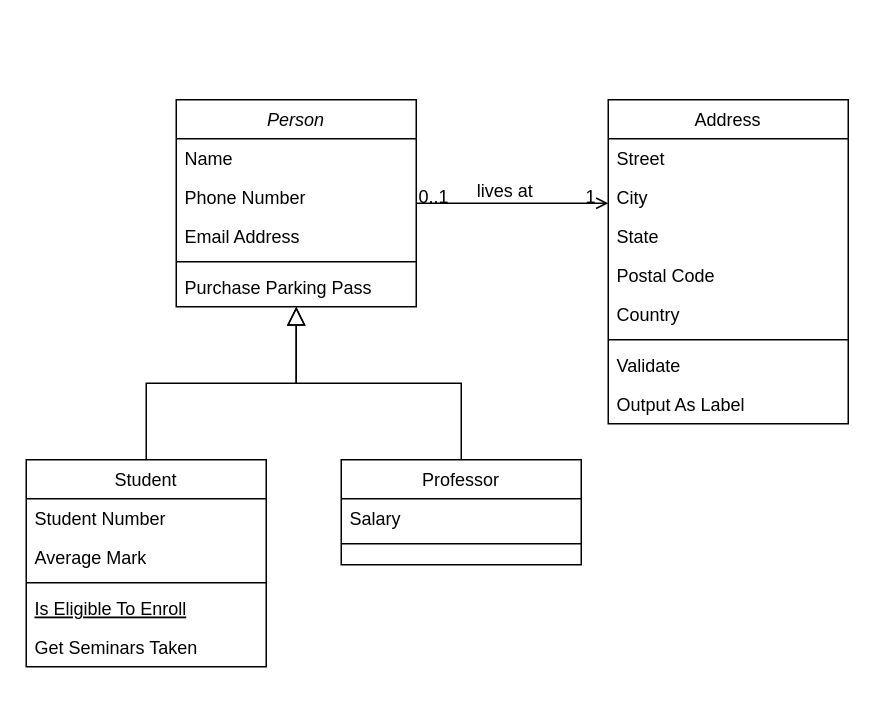
Above: Starlit_One/Untitled Diagram.drawio in Palgur-Github/Starlit_One--An_Astronomical_Catalog_Application (draw.io), before the change. Source tidied: cells renumbered, new cells numbered last; positions are measured from the earlier drawing's top-left corner, leaving out a move shared by most shapes. Both pictures are drawn from the tidied source at 150%, with x=0, y=0 at pixel (26, 99).
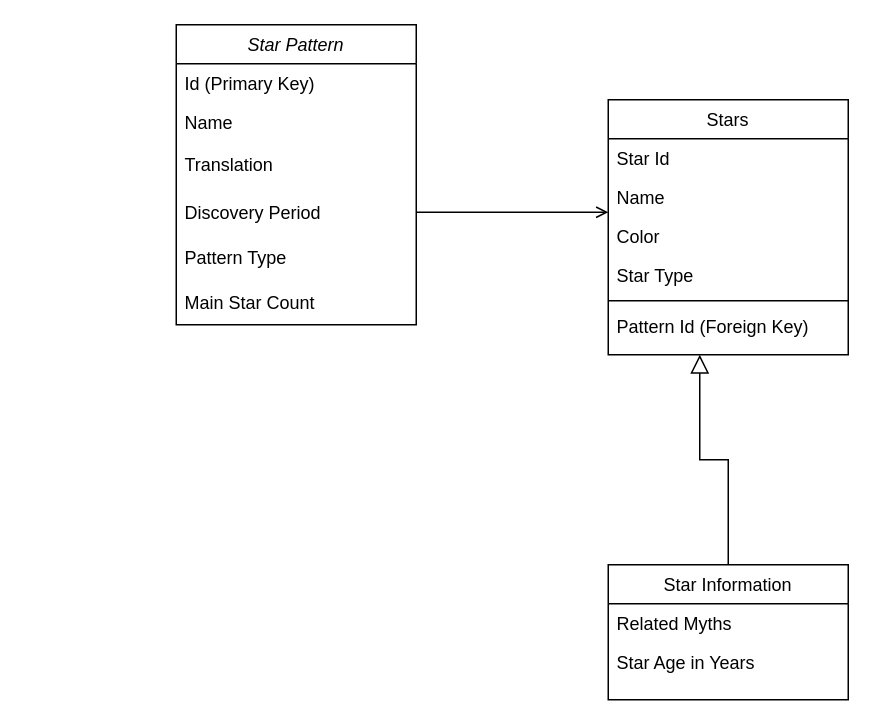
The same diagram, later.

Commit message:
Starlit One Diagram created.

The change refers to these unchanged cells:
```xml
<mxCell id="28" style="endArrow=open;shadow=0;strokeWidth=1;rounded=0;curved=0;endFill=1;edgeStyle=elbowEdgeStyle;elbow=vertical;" parent="1" edge="1" source="2" target="19">
  <mxGeometry x="0.5" y="41" relative="1" as="geometry">
    <mxPoint x="-40" y="32" as="offset" />
  </mxGeometry>
</mxCell>
```

What changed in the source:
```diff
@@
-    <mxCell id="2" value="Person" style="swimlane;fontStyle=2;align=center;verticalAlign=top;horizontal=1;startSize=26;rounded=0;shadow=0;strokeWidth=1;" parent="1" vertex="1">
-      <mxGeometry x="100" width="160" height="138" as="geometry" />
+    <mxCell id="2" value="Star Pattern" style="swimlane;fontStyle=2;align=center;verticalAlign=top;horizontal=1;startSize=26;rounded=0;shadow=0;strokeWidth=1;" parent="1" vertex="1">
+      <mxGeometry x="100" y="-50" width="160" height="200" as="geometry" />
     </mxCell>
-    <mxCell id="3" value="Name" style="text;align=left;verticalAlign=top;spacingLeft=4;spacingRight=4;overflow=hidden;" parent="2" vertex="1">
+    <mxCell id="3" value="Id (Primary Key)" style="text;align=left;verticalAlign=top;spacingLeft=4;spacingRight=4;overflow=hidden;" parent="2" vertex="1">
       <mxGeometry y="26" width="160" height="26" as="geometry" />
     </mxCell>
-    <mxCell id="4" value="Phone Number" style="text;align=left;verticalAlign=top;spacingLeft=4;spacingRight=4;overflow=hidden;rounded=0;shadow=0;html=0;" parent="2" vertex="1">
-      <mxGeometry y="52" width="160" height="26" as="geometry" />
+    <mxCell id="4" value="Name" style="text;align=left;verticalAlign=top;spacingLeft=4;spacingRight=4;overflow=hidden;rounded=0;shadow=0;html=0;" parent="2" vertex="1">
+      <mxGeometry y="52" width="160" height="28" as="geometry" />
     </mxCell>
-    <mxCell id="5" value="Email Address" style="text;align=left;verticalAlign=top;spacingLeft=4;spacingRight=4;overflow=hidden;rounded=0;shadow=0;html=0;" parent="2" vertex="1">
-      <mxGeometry y="78" width="160" height="26" as="geometry" />
+    <mxCell id="5" value="Translation" style="text;align=left;verticalAlign=top;spacingLeft=4;spacingRight=4;overflow=hidden;rounded=0;shadow=0;html=0;" parent="2" vertex="1">
+      <mxGeometry y="80" width="160" height="32" as="geometry" />
     </mxCell>
-    <mxCell id="6" style="line;html=1;strokeWidth=1;align=left;verticalAlign=middle;spacingTop=-1;spacingLeft=3;spacingRight=3;labelPosition=right;" parent="2" vertex="1">
-      <mxGeometry y="104" width="160" height="8" as="geometry" />
-    </mxCell>
-    <mxCell id="7" value="Purchase Parking Pass" style="text;align=left;verticalAlign=top;spacingLeft=4;spacingRight=4;overflow=hidden;" parent="2" vertex="1">
-      <mxGeometry y="112" width="160" height="26" as="geometry" />
+    <mxCell id="7" value="Discovery Period" style="text;align=left;verticalAlign=top;spacingLeft=4;spacingRight=4;overflow=hidden;" parent="2" vertex="1">
+      <mxGeometry y="112" width="160" height="30" as="geometry" />
     </mxCell>
+    <mxCell id="32" value="Pattern Type" style="text;align=left;verticalAlign=top;spacingLeft=4;spacingRight=4;overflow=hidden;" parent="2" vertex="1">
+      <mxGeometry y="142" width="160" height="30" as="geometry" />
+    </mxCell>
+    <mxCell id="33" value="Main Star Count" style="text;align=left;verticalAlign=top;spacingLeft=4;spacingRight=4;overflow=hidden;" parent="2" vertex="1">
+      <mxGeometry y="172" width="160" height="26" as="geometry" />
+    </mxCell>
-    <mxCell id="8" value="Student" style="swimlane;fontStyle=0;align=center;verticalAlign=top;horizontal=1;startSize=26;rounded=0;shadow=0;strokeWidth=1;" parent="1" vertex="1">
-      <mxGeometry y="240" width="160" height="138" as="geometry" />
+    <mxCell id="8" value="Star Information" style="swimlane;fontStyle=0;align=center;verticalAlign=top;horizontal=1;startSize=26;rounded=0;shadow=0;strokeWidth=1;" parent="1" vertex="1">
+      <mxGeometry x="388" y="310" width="160" height="90" as="geometry" />
     </mxCell>
-    <mxCell id="9" value="Student Number" style="text;align=left;verticalAlign=top;spacingLeft=4;spacingRight=4;overflow=hidden;" parent="8" vertex="1">
+    <mxCell id="9" value="Related Myths" style="text;align=left;verticalAlign=top;spacingLeft=4;spacingRight=4;overflow=hidden;" parent="8" vertex="1">
       <mxGeometry y="26" width="160" height="26" as="geometry" />
     </mxCell>
-    <mxCell id="10" value="Average Mark" style="text;align=left;verticalAlign=top;spacingLeft=4;spacingRight=4;overflow=hidden;rounded=0;shadow=0;html=0;" parent="8" vertex="1">
+    <mxCell id="10" value="Star Age in Years" style="text;align=left;verticalAlign=top;spacingLeft=4;spacingRight=4;overflow=hidden;rounded=0;shadow=0;html=0;" parent="8" vertex="1">
       <mxGeometry y="52" width="160" height="26" as="geometry" />
     </mxCell>
-    <mxCell id="11" style="line;html=1;strokeWidth=1;align=left;verticalAlign=middle;spacingTop=-1;spacingLeft=3;spacingRight=3;labelPosition=right;" parent="8" vertex="1">
-      <mxGeometry y="78" width="160" height="8" as="geometry" />
-    </mxCell>
-    <mxCell id="12" value="Is Eligible To Enroll" style="text;align=left;verticalAlign=top;spacingLeft=4;spacingRight=4;overflow=hidden;fontStyle=4;" parent="8" vertex="1">
-      <mxGeometry y="86" width="160" height="26" as="geometry" />
-    </mxCell>
-    <mxCell id="13" value="Get Seminars Taken" style="text;align=left;verticalAlign=top;spacingLeft=4;spacingRight=4;overflow=hidden;" parent="8" vertex="1">
-      <mxGeometry y="112" width="160" height="26" as="geometry" />
-    </mxCell>
-    <mxCell id="14" style="endArrow=block;endSize=10;endFill=0;shadow=0;strokeWidth=1;rounded=0;curved=0;edgeStyle=elbowEdgeStyle;elbow=vertical;" parent="1" edge="1" source="8" target="2">
-      <mxGeometry relative="1" as="geometry" />
+    <mxCell id="14" style="endArrow=block;endSize=10;endFill=0;shadow=0;strokeWidth=1;rounded=0;curved=0;edgeStyle=elbowEdgeStyle;elbow=vertical;" parent="1" edge="1" source="8">
+      <mxGeometry relative="1" as="geometry">
+        <mxPoint x="449" y="170" as="targetPoint" />
+      </mxGeometry>
     </mxCell>
-    <mxCell id="15" value="Professor" style="swimlane;fontStyle=0;align=center;verticalAlign=top;horizontal=1;startSize=26;rounded=0;shadow=0;strokeWidth=1;" parent="1" vertex="1">
-      <mxGeometry x="210" y="240" width="160" height="70" as="geometry" />
-    </mxCell>
-    <mxCell id="16" value="Salary" style="text;align=left;verticalAlign=top;spacingLeft=4;spacingRight=4;overflow=hidden;" parent="15" vertex="1">
-      <mxGeometry y="26" width="160" height="26" as="geometry" />
-    </mxCell>
-    <mxCell id="17" style="line;html=1;strokeWidth=1;align=left;verticalAlign=middle;spacingTop=-1;spacingLeft=3;spacingRight=3;labelPosition=right;" parent="15" vertex="1">
-      <mxGeometry y="52" width="160" height="8" as="geometry" />
-    </mxCell>
-    <mxCell id="18" style="endArrow=block;endSize=10;endFill=0;shadow=0;strokeWidth=1;rounded=0;curved=0;edgeStyle=elbowEdgeStyle;elbow=vertical;" parent="1" edge="1" source="15" target="2">
-      <mxGeometry relative="1" as="geometry" />
-    </mxCell>
-    <mxCell id="19" value="Address" style="swimlane;fontStyle=0;align=center;verticalAlign=top;horizontal=1;startSize=26;rounded=0;shadow=0;strokeWidth=1;" parent="1" vertex="1">
-      <mxGeometry x="388" width="160" height="216" as="geometry" />
+    <mxCell id="19" value="Stars" style="swimlane;fontStyle=0;align=center;verticalAlign=top;horizontal=1;startSize=26;rounded=0;shadow=0;strokeWidth=1;" parent="1" vertex="1">
+      <mxGeometry x="388" width="160" height="170" as="geometry" />
     </mxCell>
-    <mxCell id="20" value="Street" style="text;align=left;verticalAlign=top;spacingLeft=4;spacingRight=4;overflow=hidden;" parent="19" vertex="1">
+    <mxCell id="20" value="Star Id" style="text;align=left;verticalAlign=top;spacingLeft=4;spacingRight=4;overflow=hidden;" parent="19" vertex="1">
       <mxGeometry y="26" width="160" height="26" as="geometry" />
     </mxCell>
-    <mxCell id="21" value="City" style="text;align=left;verticalAlign=top;spacingLeft=4;spacingRight=4;overflow=hidden;rounded=0;shadow=0;html=0;" parent="19" vertex="1">
+    <mxCell id="21" value="Name" style="text;align=left;verticalAlign=top;spacingLeft=4;spacingRight=4;overflow=hidden;rounded=0;shadow=0;html=0;" parent="19" vertex="1">
       <mxGeometry y="52" width="160" height="26" as="geometry" />
     </mxCell>
-    <mxCell id="22" value="State" style="text;align=left;verticalAlign=top;spacingLeft=4;spacingRight=4;overflow=hidden;rounded=0;shadow=0;html=0;" parent="19" vertex="1">
+    <mxCell id="22" value="Color" style="text;align=left;verticalAlign=top;spacingLeft=4;spacingRight=4;overflow=hidden;rounded=0;shadow=0;html=0;" parent="19" vertex="1">
       <mxGeometry y="78" width="160" height="26" as="geometry" />
     </mxCell>
-    <mxCell id="23" value="Postal Code" style="text;align=left;verticalAlign=top;spacingLeft=4;spacingRight=4;overflow=hidden;rounded=0;shadow=0;html=0;" parent="19" vertex="1">
+    <mxCell id="23" value="Star Type" style="text;align=left;verticalAlign=top;spacingLeft=4;spacingRight=4;overflow=hidden;rounded=0;shadow=0;html=0;" parent="19" vertex="1">
       <mxGeometry y="104" width="160" height="26" as="geometry" />
     </mxCell>
-    <mxCell id="24" value="Country" style="text;align=left;verticalAlign=top;spacingLeft=4;spacingRight=4;overflow=hidden;rounded=0;shadow=0;html=0;" parent="19" vertex="1">
-      <mxGeometry y="130" width="160" height="26" as="geometry" />
-    </mxCell>
     <mxCell id="25" style="line;html=1;strokeWidth=1;align=left;verticalAlign=middle;spacingTop=-1;spacingLeft=3;spacingRight=3;labelPosition=right;" parent="19" vertex="1">
-      <mxGeometry y="156" width="160" height="8" as="geometry" />
+      <mxGeometry y="130" width="160" height="8" as="geometry" />
     </mxCell>
-    <mxCell id="26" value="Validate" style="text;align=left;verticalAlign=top;spacingLeft=4;spacingRight=4;overflow=hidden;" parent="19" vertex="1">
-      <mxGeometry y="164" width="160" height="26" as="geometry" />
+    <mxCell id="26" value="Pattern Id (Foreign Key)" style="text;align=left;verticalAlign=top;spacingLeft=4;spacingRight=4;overflow=hidden;" parent="19" vertex="1">
+      <mxGeometry y="138" width="160" height="26" as="geometry" />
     </mxCell>
-    <mxCell id="27" value="Output As Label" style="text;align=left;verticalAlign=top;spacingLeft=4;spacingRight=4;overflow=hidden;" parent="19" vertex="1">
-      <mxGeometry y="190" width="160" height="26" as="geometry" />
-    </mxCell>
@@
-    <mxCell id="29" value="0..1" style="align=left;verticalAlign=bottom;labelBackgroundColor=none;fontSize=12;" parent="28" vertex="1">
-      <mxGeometry x="-1" relative="1" as="geometry">
-        <mxPoint y="4" as="offset" />
-      </mxGeometry>
-    </mxCell>
-    <mxCell id="30" value="1" style="align=right;verticalAlign=bottom;labelBackgroundColor=none;fontSize=12;" parent="28" vertex="1">
-      <mxGeometry x="1" relative="1" as="geometry">
-        <mxPoint x="-7" y="4" as="offset" />
-      </mxGeometry>
-    </mxCell>
-    <mxCell id="31" value="lives at" style="text;html=1;align=center;verticalAlign=middle;labelBackgroundColor=none;rounded=0;shadow=0;strokeWidth=1;fontSize=12;" parent="28" vertex="1">
-      <mxGeometry x="0.5" y="49" relative="1" as="geometry">
-        <mxPoint x="-38" y="40" as="offset" />
-      </mxGeometry>
-    </mxCell>
```
